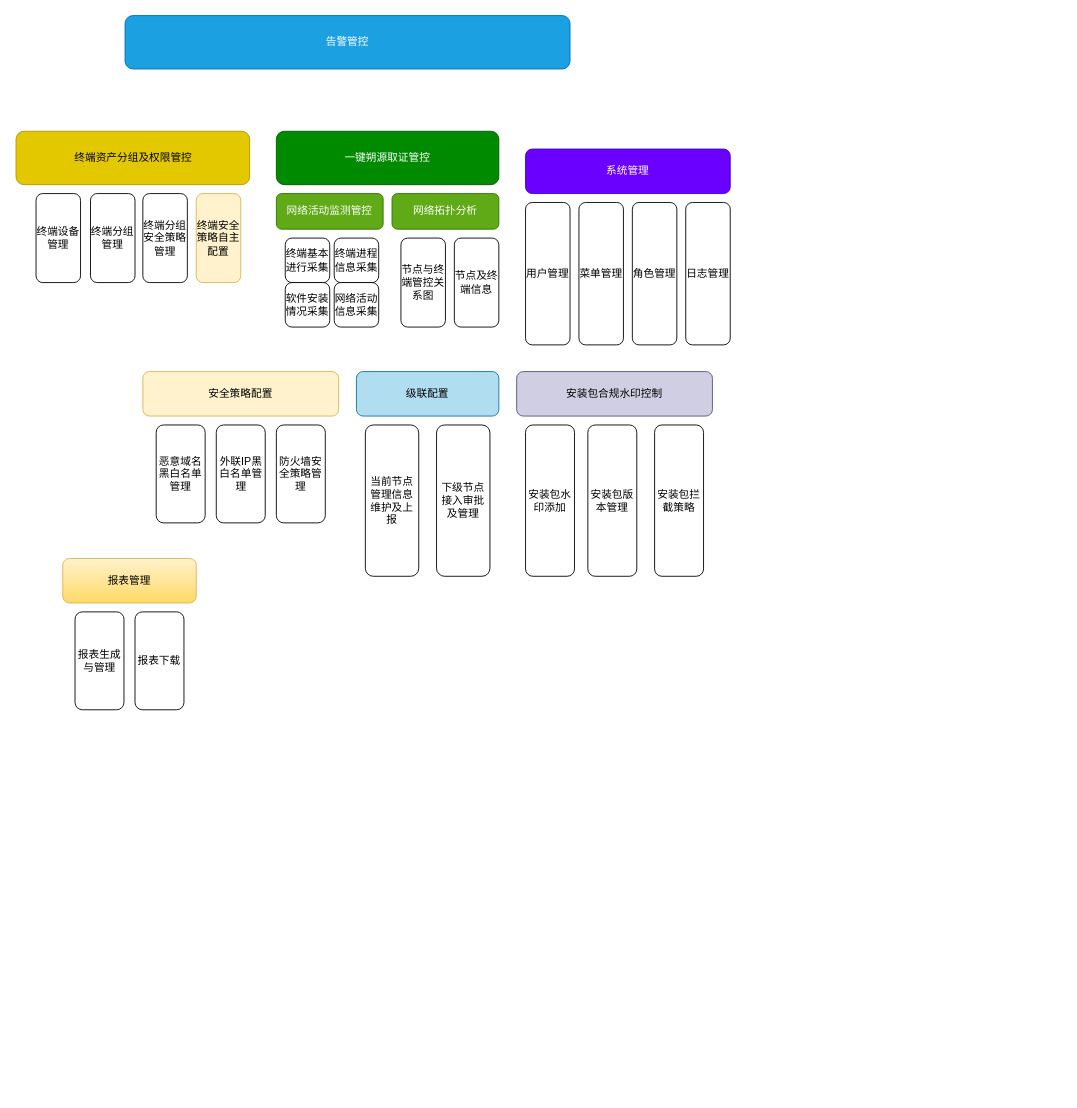
Before: page "第 3 页" (3 of 4) of drawio/DNS1.drawio in raingnight/Blog_Pic, a draw.io diagram. Source tidied: cells renumbered, new cells numbered last; positions are measured from the earlier drawing's top-left corner, leaving out a move shared by most shapes. Both pictures are drawn from the tidied source at 89%, with x=0, y=0 at pixel (16, 15). Pictures stored in the file or linked from it are replaced by grey dashed boxes.
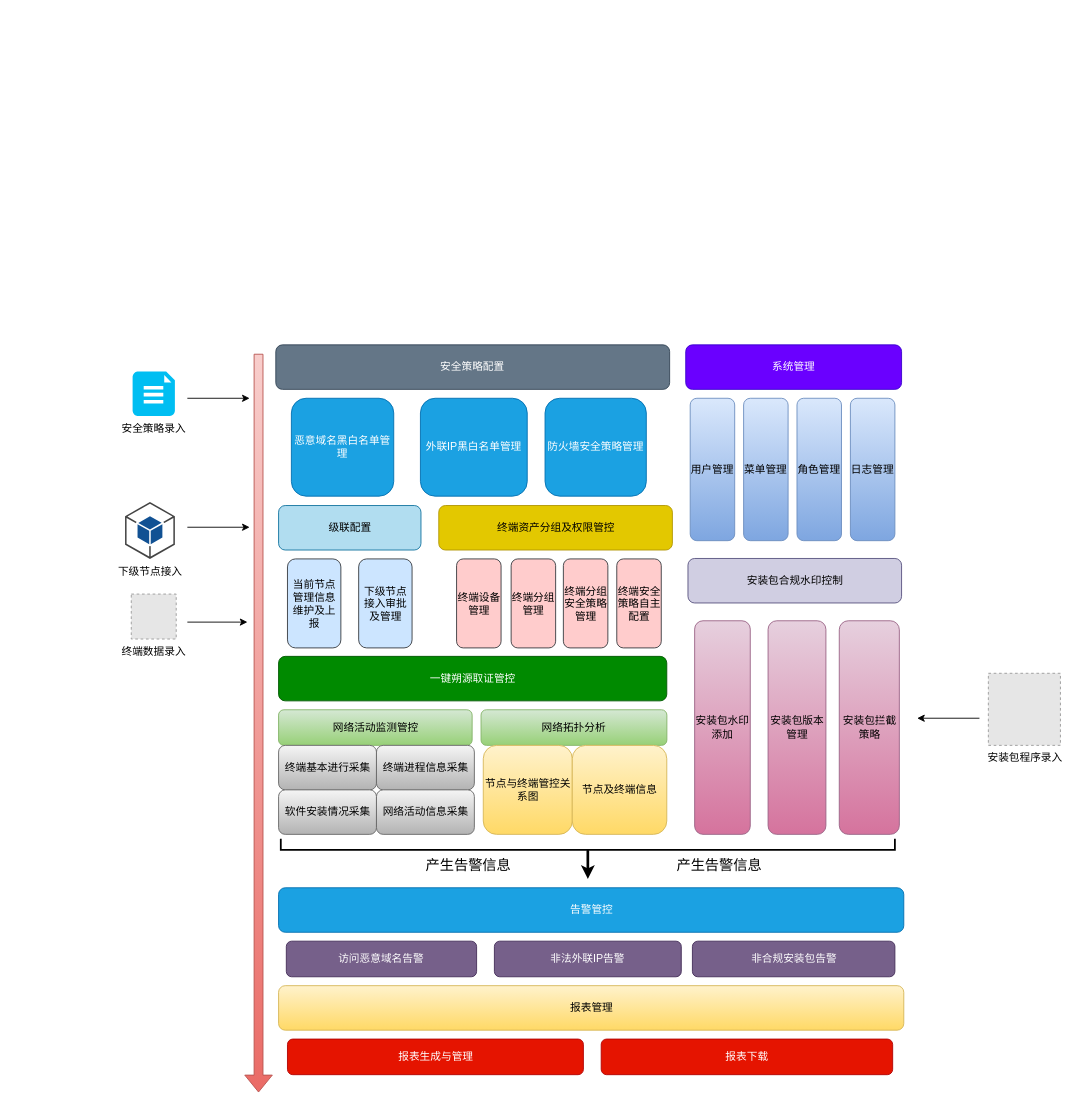
The same page after the edit.

What changed in the source:
```diff
@@
     <mxCell id="2" value="级联配置" style="rounded=1;whiteSpace=wrap;html=1;fillColor=#b1ddf0;strokeColor=#10739e;" parent="1" vertex="1">
-      <mxGeometry x="382" y="400" width="160" height="50" as="geometry" />
+      <mxGeometry x="294.5" y="550.5" width="160" height="50" as="geometry" />
     </mxCell>
-    <mxCell id="3" value="安全策略配置" style="rounded=1;whiteSpace=wrap;html=1;fillColor=#fff2cc;strokeColor=#d6b656;" parent="1" vertex="1">
-      <mxGeometry x="142" y="400" width="220" height="50" as="geometry" />
+    <mxCell id="3" value="安全策略配置" style="rounded=1;whiteSpace=wrap;html=1;fillColor=#647687;strokeColor=#314354;fontColor=#ffffff;" parent="1" vertex="1">
+      <mxGeometry x="291.4" y="370" width="442.5" height="50" as="geometry" />
     </mxCell>
-    <mxCell id="4" value="终端安全策略自主配置" style="rounded=1;whiteSpace=wrap;html=1;fillColor=#fff2cc;strokeColor=#d6b656;" parent="1" vertex="1">
-      <mxGeometry x="202" y="200" width="50" height="100" as="geometry" />
+    <mxCell id="4" value="终端安全策略自主配置" style="rounded=1;whiteSpace=wrap;html=1;fillColor=#ffcccc;strokeColor=#36393d;" parent="1" vertex="1">
+      <mxGeometry x="674.5" y="610.5" width="50" height="100" as="geometry" />
     </mxCell>
     <mxCell id="5" value="终端资产分组及权限管控" style="rounded=1;whiteSpace=wrap;html=1;fillColor=#e3c800;strokeColor=#B09500;fontColor=#000000;" parent="1" vertex="1">
-      <mxGeometry x="-0.5" y="130" width="262.5" height="60" as="geometry" />
+      <mxGeometry x="474.5" y="550.5" width="262.5" height="50" as="geometry" />
     </mxCell>
     <mxCell id="6" value="告警管控" style="rounded=1;whiteSpace=wrap;html=1;fillColor=#1ba1e2;strokeColor=#006EAF;fontColor=#ffffff;" parent="1" vertex="1">
-      <mxGeometry x="122" width="500" height="60" as="geometry" />
+      <mxGeometry x="294.5" y="980" width="702.5" height="50" as="geometry" />
     </mxCell>
     <mxCell id="7" value="报表管理" style="rounded=1;whiteSpace=wrap;html=1;fillColor=#fff2cc;gradientColor=#ffd966;strokeColor=#d6b656;" parent="1" vertex="1">
-      <mxGeometry x="52" y="610" width="150" height="50" as="geometry" />
+      <mxGeometry x="294.5" y="1090" width="702.5" height="50" as="geometry" />
     </mxCell>
-    <mxCell id="8" value="网络拓扑分析" style="rounded=1;whiteSpace=wrap;html=1;fillColor=#60a917;strokeColor=#2D7600;fontColor=#ffffff;" parent="1" vertex="1">
-      <mxGeometry x="422" y="200" width="120" height="40" as="geometry" />
+    <mxCell id="8" value="网络拓扑分析" style="rounded=1;whiteSpace=wrap;html=1;fillColor=#d5e8d4;strokeColor=#82b366;gradientColor=#97d077;" parent="1" vertex="1">
+      <mxGeometry x="522" y="780" width="208.8" height="40" as="geometry" />
     </mxCell>
     <mxCell id="9" value="安装包合规水印控制" style="rounded=1;whiteSpace=wrap;html=1;fillColor=#d0cee2;strokeColor=#56517e;" parent="1" vertex="1">
-      <mxGeometry x="562" y="400" width="220" height="50" as="geometry" />
+      <mxGeometry x="754.5" y="610" width="240" height="50" as="geometry" />
     </mxCell>
     <mxCell id="10" value="一键朔源取证管控" style="rounded=1;whiteSpace=wrap;html=1;fillColor=#008a00;fontColor=#ffffff;strokeColor=#005700;" parent="1" vertex="1">
-      <mxGeometry x="292" y="130" width="250" height="60" as="geometry" />
+      <mxGeometry x="294.5" y="720" width="436.2" height="50" as="geometry" />
     </mxCell>
     <mxCell id="11" value="系统管理" style="rounded=1;whiteSpace=wrap;html=1;fillColor=#6a00ff;strokeColor=#3700CC;fontColor=#ffffff;" parent="1" vertex="1">
-      <mxGeometry x="572" y="150" width="230" height="50" as="geometry" />
+      <mxGeometry x="752" y="370" width="242.5" height="50" as="geometry" />
     </mxCell>
-    <mxCell id="12" value="网络活动监测管控" style="rounded=1;whiteSpace=wrap;html=1;fillColor=#60a917;strokeColor=#2D7600;fontColor=#ffffff;" parent="1" vertex="1">
-      <mxGeometry x="292" y="200" width="120" height="40" as="geometry" />
+    <mxCell id="12" value="网络活动监测管控" style="rounded=1;whiteSpace=wrap;html=1;fillColor=#d5e8d4;strokeColor=#82b366;gradientColor=#97d077;" parent="1" vertex="1">
+      <mxGeometry x="294.5" y="780" width="217.5" height="40" as="geometry" />
     </mxCell>
-    <mxCell id="13" value="用户管理" style="rounded=1;whiteSpace=wrap;html=1;" parent="1" vertex="1">
-      <mxGeometry x="572" y="210" width="50" height="160" as="geometry" />
+    <mxCell id="13" value="用户管理" style="rounded=1;whiteSpace=wrap;html=1;fillColor=#dae8fc;gradientColor=#7ea6e0;strokeColor=#6c8ebf;" parent="1" vertex="1">
+      <mxGeometry x="757" y="430" width="50" height="160" as="geometry" />
     </mxCell>
-    <mxCell id="14" value="菜单管理" style="rounded=1;whiteSpace=wrap;html=1;" parent="1" vertex="1">
-      <mxGeometry x="632" y="210" width="50" height="160" as="geometry" />
+    <mxCell id="14" value="菜单管理" style="rounded=1;whiteSpace=wrap;html=1;fillColor=#dae8fc;gradientColor=#7ea6e0;strokeColor=#6c8ebf;" parent="1" vertex="1">
+      <mxGeometry x="817" y="430" width="50" height="160" as="geometry" />
     </mxCell>
-    <mxCell id="15" value="角色管理" style="rounded=1;whiteSpace=wrap;html=1;" parent="1" vertex="1">
-      <mxGeometry x="692" y="210" width="50" height="160" as="geometry" />
+    <mxCell id="15" value="角色管理" style="rounded=1;whiteSpace=wrap;html=1;fillColor=#dae8fc;gradientColor=#7ea6e0;strokeColor=#6c8ebf;" parent="1" vertex="1">
+      <mxGeometry x="877" y="430" width="50" height="160" as="geometry" />
     </mxCell>
-    <mxCell id="16" value="日志管理" style="rounded=1;whiteSpace=wrap;html=1;" parent="1" vertex="1">
-      <mxGeometry x="752" y="210" width="50" height="160" as="geometry" />
+    <mxCell id="16" value="日志管理" style="rounded=1;whiteSpace=wrap;html=1;fillColor=#dae8fc;gradientColor=#7ea6e0;strokeColor=#6c8ebf;" parent="1" vertex="1">
+      <mxGeometry x="937" y="430" width="50" height="160" as="geometry" />
     </mxCell>
-    <mxCell id="17" value="安装包水印添加" style="rounded=1;whiteSpace=wrap;html=1;" parent="1" vertex="1">
-      <mxGeometry x="572" y="460" width="55" height="170" as="geometry" />
+    <mxCell id="17" value="安装包水印添加" style="rounded=1;whiteSpace=wrap;html=1;fillColor=#e6d0de;gradientColor=#d5739d;strokeColor=#996185;" parent="1" vertex="1">
+      <mxGeometry x="762" y="680" width="62.5" height="240" as="geometry" />
     </mxCell>
-    <mxCell id="18" value="安装包版本管理" style="rounded=1;whiteSpace=wrap;html=1;" parent="1" vertex="1">
-      <mxGeometry x="642" y="460" width="55" height="170" as="geometry" />
+    <mxCell id="18" value="安装包版本管理" style="rounded=1;whiteSpace=wrap;html=1;fillColor=#e6d0de;gradientColor=#d5739d;strokeColor=#996185;" parent="1" vertex="1">
+      <mxGeometry x="844.5" y="680" width="65" height="240" as="geometry" />
     </mxCell>
-    <mxCell id="19" value="安装包拦截策略" style="rounded=1;whiteSpace=wrap;html=1;" parent="1" vertex="1">
-      <mxGeometry x="717" y="460" width="55" height="170" as="geometry" />
+    <mxCell id="19" value="安装包拦截策略" style="rounded=1;whiteSpace=wrap;html=1;fillColor=#e6d0de;gradientColor=#d5739d;strokeColor=#996185;" parent="1" vertex="1">
+      <mxGeometry x="924.5" y="680" width="67.5" height="240" as="geometry" />
     </mxCell>
-    <mxCell id="20" value="当前节点管理信息维护及上报" style="rounded=1;whiteSpace=wrap;html=1;" parent="1" vertex="1">
-      <mxGeometry x="392" y="460" width="60" height="170" as="geometry" />
+    <mxCell id="20" value="当前节点管理信息维护及上报" style="rounded=1;whiteSpace=wrap;html=1;fillColor=#cce5ff;strokeColor=#36393d;" parent="1" vertex="1">
+      <mxGeometry x="304.5" y="610.5" width="60" height="100" as="geometry" />
     </mxCell>
-    <mxCell id="21" value="下级节点接入审批及管理" style="rounded=1;whiteSpace=wrap;html=1;" parent="1" vertex="1">
-      <mxGeometry x="472" y="460" width="60" height="170" as="geometry" />
+    <mxCell id="21" value="下级节点接入审批及管理" style="rounded=1;whiteSpace=wrap;html=1;fillColor=#cce5ff;strokeColor=#36393d;" parent="1" vertex="1">
+      <mxGeometry x="384.5" y="610.5" width="60" height="100" as="geometry" />
     </mxCell>
-    <mxCell id="22" value="恶意域名黑白名单管理" style="rounded=1;whiteSpace=wrap;html=1;" parent="1" vertex="1">
-      <mxGeometry x="157" y="460" width="55" height="110" as="geometry" />
+    <mxCell id="22" value="恶意域名黑白名单管理" style="rounded=1;whiteSpace=wrap;html=1;fillColor=#1ba1e2;strokeColor=#006EAF;fontColor=#ffffff;" parent="1" vertex="1">
+      <mxGeometry x="308.9" y="430" width="115" height="110" as="geometry" />
     </mxCell>
-    <mxCell id="23" value="外联IP黑白名单管理" style="rounded=1;whiteSpace=wrap;html=1;" parent="1" vertex="1">
-      <mxGeometry x="224.5" y="460" width="55" height="110" as="geometry" />
+    <mxCell id="23" value="外联IP黑白名单管理" style="rounded=1;whiteSpace=wrap;html=1;fillColor=#1ba1e2;strokeColor=#006EAF;fontColor=#ffffff;" parent="1" vertex="1">
+      <mxGeometry x="453.9" y="430" width="120" height="110" as="geometry" />
     </mxCell>
-    <mxCell id="24" value="防火墙安全策略管理" style="rounded=1;whiteSpace=wrap;html=1;" parent="1" vertex="1">
-      <mxGeometry x="292" y="460" width="55" height="110" as="geometry" />
+    <mxCell id="24" value="防火墙安全策略管理" style="rounded=1;whiteSpace=wrap;html=1;fillColor=#1ba1e2;strokeColor=#006EAF;fontColor=#ffffff;" parent="1" vertex="1">
+      <mxGeometry x="593.9" y="430" width="113.8" height="110" as="geometry" />
     </mxCell>
-    <mxCell id="25" value="报表生成与管理" style="rounded=1;whiteSpace=wrap;html=1;" parent="1" vertex="1">
-      <mxGeometry x="65.8" y="670" width="55" height="110" as="geometry" />
+    <mxCell id="25" value="报表生成与管理" style="rounded=1;whiteSpace=wrap;html=1;fillColor=#e51400;fontColor=#ffffff;strokeColor=#B20000;" parent="1" vertex="1">
+      <mxGeometry x="304.5" y="1150" width="332.5" height="40" as="geometry" />
     </mxCell>
-    <mxCell id="26" value="报表下载" style="rounded=1;whiteSpace=wrap;html=1;" parent="1" vertex="1">
-      <mxGeometry x="133.2" y="670" width="55" height="110" as="geometry" />
+    <mxCell id="26" value="报表下载" style="rounded=1;whiteSpace=wrap;html=1;fillColor=#e51400;fontColor=#ffffff;strokeColor=#B20000;" parent="1" vertex="1">
+      <mxGeometry x="657" y="1150" width="327.5" height="40" as="geometry" />
     </mxCell>
-    <mxCell id="27" value="终端设备管理" style="rounded=1;whiteSpace=wrap;html=1;" parent="1" vertex="1">
-      <mxGeometry x="22" y="200" width="50" height="100" as="geometry" />
+    <mxCell id="27" value="终端设备管理" style="rounded=1;whiteSpace=wrap;html=1;fillColor=#ffcccc;strokeColor=#36393d;" parent="1" vertex="1">
+      <mxGeometry x="494.5" y="610.5" width="50" height="100" as="geometry" />
     </mxCell>
-    <mxCell id="28" value="终端分组管理" style="rounded=1;whiteSpace=wrap;html=1;" parent="1" vertex="1">
-      <mxGeometry x="83.2" y="200" width="50" height="100" as="geometry" />
+    <mxCell id="28" value="终端分组管理" style="rounded=1;whiteSpace=wrap;html=1;fillColor=#ffcccc;strokeColor=#36393d;" parent="1" vertex="1">
+      <mxGeometry x="555.8" y="610.5" width="50" height="100" as="geometry" />
     </mxCell>
-    <mxCell id="29" value="终端分组安全策略管理" style="rounded=1;whiteSpace=wrap;html=1;" parent="1" vertex="1">
-      <mxGeometry x="142" y="200" width="50" height="100" as="geometry" />
+    <mxCell id="29" value="终端分组安全策略管理" style="rounded=1;whiteSpace=wrap;html=1;fillColor=#ffcccc;strokeColor=#36393d;" parent="1" vertex="1">
+      <mxGeometry x="614.5" y="610.5" width="50" height="100" as="geometry" />
     </mxCell>
-    <mxCell id="30" value="节点与终端管控关系图" style="rounded=1;whiteSpace=wrap;html=1;" parent="1" vertex="1">
-      <mxGeometry x="432" y="250" width="50" height="100" as="geometry" />
+    <mxCell id="30" value="节点与终端管控关系图" style="rounded=1;whiteSpace=wrap;html=1;fillColor=#fff2cc;gradientColor=#ffd966;strokeColor=#d6b656;" parent="1" vertex="1">
+      <mxGeometry x="524.5" y="820" width="100" height="100" as="geometry" />
     </mxCell>
-    <mxCell id="31" value="节点及终端信息" style="rounded=1;whiteSpace=wrap;html=1;" parent="1" vertex="1">
-      <mxGeometry x="492" y="250" width="50" height="100" as="geometry" />
+    <mxCell id="31" value="节点及终端信息" style="rounded=1;whiteSpace=wrap;html=1;fillColor=#fff2cc;gradientColor=#ffd966;strokeColor=#d6b656;" parent="1" vertex="1">
+      <mxGeometry x="624.5" y="820" width="106.2" height="100" as="geometry" />
     </mxCell>
-    <mxCell id="32" value="终端基本进行采集" style="rounded=1;whiteSpace=wrap;html=1;" parent="1" vertex="1">
-      <mxGeometry x="302" y="250" width="50" height="50" as="geometry" />
+    <mxCell id="32" value="终端基本进行采集" style="rounded=1;whiteSpace=wrap;html=1;fillColor=#f5f5f5;gradientColor=#b3b3b3;strokeColor=#666666;" parent="1" vertex="1">
+      <mxGeometry x="294.5" y="820" width="110" height="50" as="geometry" />
     </mxCell>
-    <mxCell id="33" value="终端进程信息采集" style="rounded=1;whiteSpace=wrap;html=1;" parent="1" vertex="1">
-      <mxGeometry x="357" y="250" width="50" height="50" as="geometry" />
+    <mxCell id="33" value="终端进程信息采集" style="rounded=1;whiteSpace=wrap;html=1;fillColor=#f5f5f5;gradientColor=#b3b3b3;strokeColor=#666666;" parent="1" vertex="1">
+      <mxGeometry x="404.5" y="820" width="110" height="50" as="geometry" />
     </mxCell>
-    <mxCell id="34" value="软件安装情况采集" style="rounded=1;whiteSpace=wrap;html=1;" parent="1" vertex="1">
-      <mxGeometry x="302" y="300" width="50" height="50" as="geometry" />
+    <mxCell id="34" value="软件安装情况采集" style="rounded=1;whiteSpace=wrap;html=1;fillColor=#f5f5f5;gradientColor=#b3b3b3;strokeColor=#666666;" parent="1" vertex="1">
+      <mxGeometry x="294.5" y="870" width="110" height="50" as="geometry" />
     </mxCell>
-    <mxCell id="35" value="网络活动信息采集" style="rounded=1;whiteSpace=wrap;html=1;" parent="1" vertex="1">
-      <mxGeometry x="357" y="300" width="50" height="50" as="geometry" />
+    <mxCell id="35" value="网络活动信息采集" style="rounded=1;whiteSpace=wrap;html=1;fillColor=#f5f5f5;gradientColor=#b3b3b3;strokeColor=#666666;" parent="1" vertex="1">
+      <mxGeometry x="404.5" y="870" width="110" height="50" as="geometry" />
     </mxCell>
+    <mxCell id="36" value="访问恶意域名告警" style="rounded=1;whiteSpace=wrap;html=1;fillColor=#76608a;fontColor=#ffffff;strokeColor=#432D57;" parent="1" vertex="1">
+      <mxGeometry x="303.2" y="1040" width="213.8" height="40" as="geometry" />
+    </mxCell>
+    <mxCell id="37" value="非法外联IP告警" style="rounded=1;whiteSpace=wrap;html=1;fillColor=#76608a;fontColor=#ffffff;strokeColor=#432D57;" parent="1" vertex="1">
+      <mxGeometry x="537" y="1040" width="210" height="40" as="geometry" />
+    </mxCell>
+    <mxCell id="38" value="非合规安装包告警" style="rounded=1;whiteSpace=wrap;html=1;fillColor=#76608a;fontColor=#ffffff;strokeColor=#432D57;" parent="1" vertex="1">
+      <mxGeometry x="759.5" y="1040" width="227.5" height="40" as="geometry" />
+    </mxCell>
+    <mxCell id="39" value="安全策略录入" style="verticalLabelPosition=bottom;html=1;verticalAlign=top;align=center;strokeColor=none;fillColor=#00BEF2;shape=mxgraph.azure.file_2;" parent="1" vertex="1">
+      <mxGeometry x="130.5" y="400" width="47.5" height="50" as="geometry" />
+    </mxCell>
+    <mxCell id="40" style="endArrow=classic;html=1;rounded=0;" parent="1" edge="1">
+      <mxGeometry relative="1" as="geometry">
+        <mxPoint x="192" y="430" as="sourcePoint" />
+        <mxPoint x="262" y="430" as="targetPoint" />
+      </mxGeometry>
+    </mxCell>
+    <mxCell id="41" value="终端数据录入" style="fillColor=#E6E6E6;strokeColor=#999999;dashed=1;html=1;verticalAlign=top;verticalLabelPosition=bottom;labelBackgroundColor=#ffffff;" parent="1" vertex="1">
+      <mxGeometry x="129" y="650" width="50.5" height="50.5" as="geometry" />
+    </mxCell>
+    <mxCell id="42" style="endArrow=classic;html=1;rounded=0;" parent="1" edge="1">
+      <mxGeometry relative="1" as="geometry">
+        <mxPoint x="192" y="681.5" as="sourcePoint" />
+        <mxPoint x="259.5" y="681.5" as="targetPoint" />
+      </mxGeometry>
+    </mxCell>
+    <mxCell id="43" value="下级节点接入" style="dashed=0;verticalLabelPosition=bottom;verticalAlign=top;align=center;html=1;shape=mxgraph.aws3.android;fillColor=#115193;gradientColor=none;" parent="1" vertex="1">
+      <mxGeometry x="122" y="546.5" width="56" height="64" as="geometry" />
+    </mxCell>
+    <mxCell id="44" style="endArrow=classic;html=1;rounded=0;" parent="1" edge="1">
+      <mxGeometry relative="1" as="geometry">
+        <mxPoint x="192" y="574.9" as="sourcePoint" />
+        <mxPoint x="262" y="574.9" as="targetPoint" />
+      </mxGeometry>
+    </mxCell>
+    <mxCell id="45" style="strokeWidth=2;html=1;shape=mxgraph.flowchart.annotation_2;align=left;labelPosition=right;rotation=-90;" parent="1" vertex="1">
+      <mxGeometry x="629.5" y="592.5" width="25" height="690" as="geometry" />
+    </mxCell>
+    <mxCell id="46" style="endArrow=classic;html=1;rounded=0;strokeWidth=3;startArrow=none;startFill=0;endFill=1;" parent="1" edge="1">
+      <mxGeometry relative="1" as="geometry">
+        <mxPoint x="642" y="938" as="sourcePoint" />
+        <mxPoint x="642" y="970" as="targetPoint" />
+      </mxGeometry>
+    </mxCell>
+    <mxCell id="47" value="产生告警信息" style="text;html=1;strokeColor=none;fillColor=none;align=center;verticalAlign=middle;whiteSpace=wrap;rounded=0;fontSize=16;" parent="1" vertex="1">
+      <mxGeometry x="452" y="940" width="112.2" height="30" as="geometry" />
+    </mxCell>
+    <mxCell id="48" value="产生告警信息" style="text;html=1;strokeColor=none;fillColor=none;align=center;verticalAlign=middle;whiteSpace=wrap;rounded=0;fontSize=16;" parent="1" vertex="1">
+      <mxGeometry x="717.6" y="940" width="144.4" height="30" as="geometry" />
+    </mxCell>
+    <mxCell id="49" value="安装包程序录入" style="fillColor=#E6E6E6;strokeColor=#999999;dashed=1;html=1;verticalAlign=top;verticalLabelPosition=bottom;labelBackgroundColor=#ffffff;" parent="1" vertex="1">
+      <mxGeometry x="1092" y="739" width="81" height="81" as="geometry" />
+    </mxCell>
+    <mxCell id="50" style="endArrow=classic;html=1;rounded=0;" parent="1" edge="1">
+      <mxGeometry relative="1" as="geometry">
+        <mxPoint x="1082" y="789.5" as="sourcePoint" />
+        <mxPoint x="1012" y="789.5" as="targetPoint" />
+      </mxGeometry>
+    </mxCell>
+    <mxCell id="51" style="shape=flexArrow;endArrow=classic;html=1;rounded=0;fillColor=#f8cecc;gradientColor=#ea6b66;strokeColor=#b85450;" parent="1" edge="1">
+      <mxGeometry relative="1" as="geometry">
+        <mxPoint x="272" y="380" as="sourcePoint" />
+        <mxPoint x="272" y="1210" as="targetPoint" />
+      </mxGeometry>
+    </mxCell>
```
